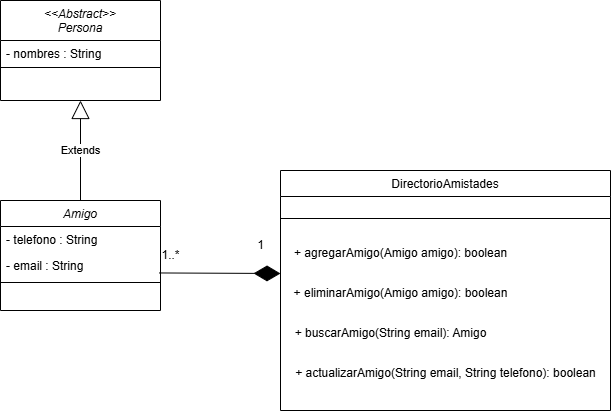
Earlier version of the draw.io export Amistades.drawio.png (marianaRivas02/Amistades). Source tidied: cells renumbered, new cells last; positions are measured from the earlier drawing's top-left corner, leaving out a move shared by most shapes.
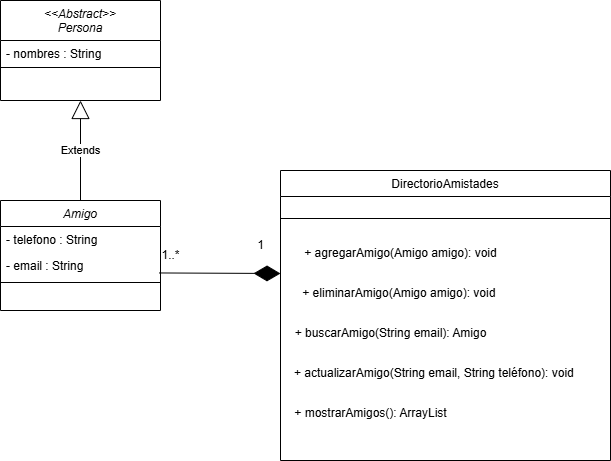
After the commit.

Commit message:
modificacion diagramas

Diff of the diagram source:
```diff
@@ -15,23 +15,26 @@
       <mxGeometry y="78" width="160" height="8" as="geometry" />
     </mxCell>
     <mxCell id="6" value="DirectorioAmistades" style="swimlane;fontStyle=0;align=center;verticalAlign=top;horizontal=1;startSize=26;rounded=0;shadow=0;strokeWidth=1;" parent="1" vertex="1">
-      <mxGeometry x="280" y="170" width="330" height="240" as="geometry" />
+      <mxGeometry x="280" y="170" width="330" height="290" as="geometry" />
     </mxCell>
     <mxCell id="7" style="line;html=1;strokeWidth=1;align=left;verticalAlign=middle;spacingTop=-1;spacingLeft=3;spacingRight=3;labelPosition=right;" parent="6" vertex="1">
       <mxGeometry y="26" width="330" height="44" as="geometry" />
     </mxCell>
-    <mxCell id="8" value="+ agregarAmigo(Amigo amigo): boolean&amp;nbsp; &amp;nbsp; &amp;nbsp; &amp;nbsp; &amp;nbsp; &amp;nbsp; &amp;nbsp; &amp;nbsp; &amp;nbsp; &amp;nbsp; &amp;nbsp; &amp;nbsp; &amp;nbsp; &amp;nbsp;&lt;div&gt;&lt;br&gt;&lt;/div&gt;" style="text;html=1;align=center;verticalAlign=middle;strokeColor=none;fillColor=none;" parent="6" vertex="1">
+    <mxCell id="8" value="+ agregarAmigo(Amigo amigo): void&amp;nbsp; &amp;nbsp; &amp;nbsp; &amp;nbsp; &amp;nbsp; &amp;nbsp; &amp;nbsp; &amp;nbsp; &amp;nbsp; &amp;nbsp; &amp;nbsp; &amp;nbsp; &amp;nbsp; &amp;nbsp;&lt;div&gt;&lt;br&gt;&lt;/div&gt;" style="text;html=1;align=center;verticalAlign=middle;strokeColor=none;fillColor=none;" parent="6" vertex="1">
       <mxGeometry y="70" width="330" height="40" as="geometry" />
     </mxCell>
-    <mxCell id="9" value="+ eliminarAmigo(Amigo amigo): boolean&amp;nbsp; &amp;nbsp; &amp;nbsp; &amp;nbsp; &amp;nbsp; &amp;nbsp; &amp;nbsp; &amp;nbsp; &amp;nbsp; &amp;nbsp; &amp;nbsp; &amp;nbsp; &amp;nbsp; &amp;nbsp;&lt;div&gt;&lt;br&gt;&lt;/div&gt;" style="text;html=1;align=center;verticalAlign=middle;strokeColor=none;fillColor=none;" parent="6" vertex="1">
+    <mxCell id="9" value="+ eliminarAmigo(Amigo amigo): void&amp;nbsp; &amp;nbsp; &amp;nbsp; &amp;nbsp; &amp;nbsp; &amp;nbsp; &amp;nbsp; &amp;nbsp; &amp;nbsp; &amp;nbsp; &amp;nbsp; &amp;nbsp; &amp;nbsp; &amp;nbsp;&amp;nbsp;&lt;div&gt;&lt;br&gt;&lt;/div&gt;" style="text;html=1;align=center;verticalAlign=middle;strokeColor=none;fillColor=none;" parent="6" vertex="1">
       <mxGeometry y="110" width="330" height="40" as="geometry" />
     </mxCell>
     <mxCell id="10" value="+ buscarAmigo(String email): Amigo&amp;nbsp; &amp;nbsp; &amp;nbsp; &amp;nbsp; &amp;nbsp; &amp;nbsp; &amp;nbsp; &amp;nbsp; &amp;nbsp; &amp;nbsp; &amp;nbsp; &amp;nbsp; &amp;nbsp; &amp;nbsp; &amp;nbsp; &amp;nbsp; &amp;nbsp;&lt;div&gt;&lt;br&gt;&lt;/div&gt;" style="text;html=1;align=center;verticalAlign=middle;strokeColor=none;fillColor=none;" parent="6" vertex="1">
       <mxGeometry y="150" width="330" height="40" as="geometry" />
     </mxCell>
-    <mxCell id="11" value="+ actualizarAmigo(String email, String telefono): boolean&lt;div&gt;&lt;br&gt;&lt;/div&gt;" style="text;html=1;align=center;verticalAlign=middle;strokeColor=none;fillColor=none;" parent="6" vertex="1">
+    <mxCell id="11" value="+ actualizarAmigo(String email, String teléfono): void&amp;nbsp; &amp;nbsp; &amp;nbsp; &amp;nbsp;&lt;div&gt;&lt;br&gt;&lt;/div&gt;" style="text;html=1;align=center;verticalAlign=middle;strokeColor=none;fillColor=none;" parent="6" vertex="1">
       <mxGeometry y="190" width="330" height="40" as="geometry" />
     </mxCell>
+    <mxCell id="19" value="+ mostrarAmigos(): ArrayList&amp;nbsp; &amp;nbsp; &amp;nbsp; &amp;nbsp; &amp;nbsp; &amp;nbsp; &amp;nbsp; &amp;nbsp; &amp;nbsp; &amp;nbsp; &amp;nbsp; &amp;nbsp; &amp;nbsp; &amp;nbsp; &amp;nbsp; &amp;nbsp; &amp;nbsp; &amp;nbsp; &amp;nbsp; &amp;nbsp; &amp;nbsp; &amp;nbsp; &amp;nbsp;&lt;div&gt;&lt;br&gt;&lt;/div&gt;" style="text;html=1;align=center;verticalAlign=middle;strokeColor=none;fillColor=none;" parent="6" vertex="1">
+      <mxGeometry y="230" width="330" height="40" as="geometry" />
+    </mxCell>
     <mxCell id="12" value="&lt;&lt;Abstract&gt;&gt;&#10;Persona" style="swimlane;fontStyle=2;align=center;verticalAlign=top;horizontal=1;startSize=40;rounded=0;shadow=0;strokeWidth=1;" parent="1" vertex="1">
       <mxGeometry width="160" height="100" as="geometry" />
     </mxCell>
```
